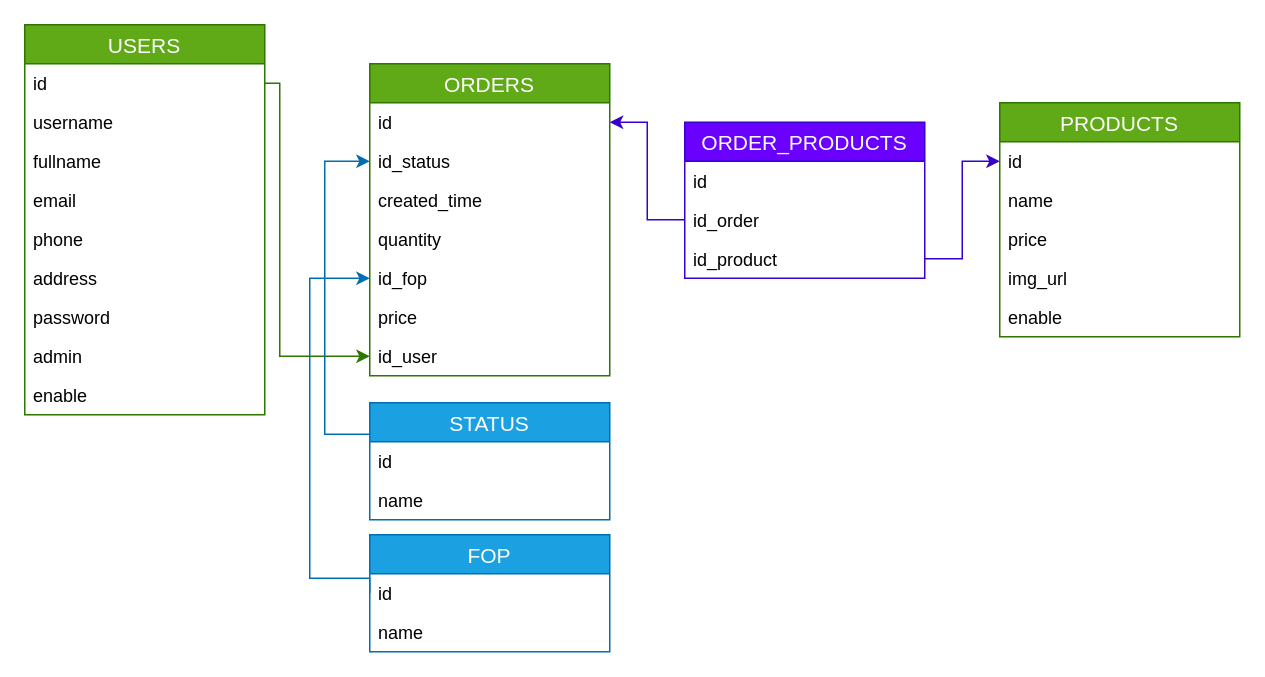
This is data_base/diagram.drawio from KaribelBT/delilah_resto, a draw.io file, before an edit. Source tidied: cells renumbered, new cells numbered last; positions are measured from the earlier drawing's top-left corner, leaving out a move shared by most shapes. Both pictures are drawn from the tidied source at 150%, with x=0, y=0 at pixel (24, 24).
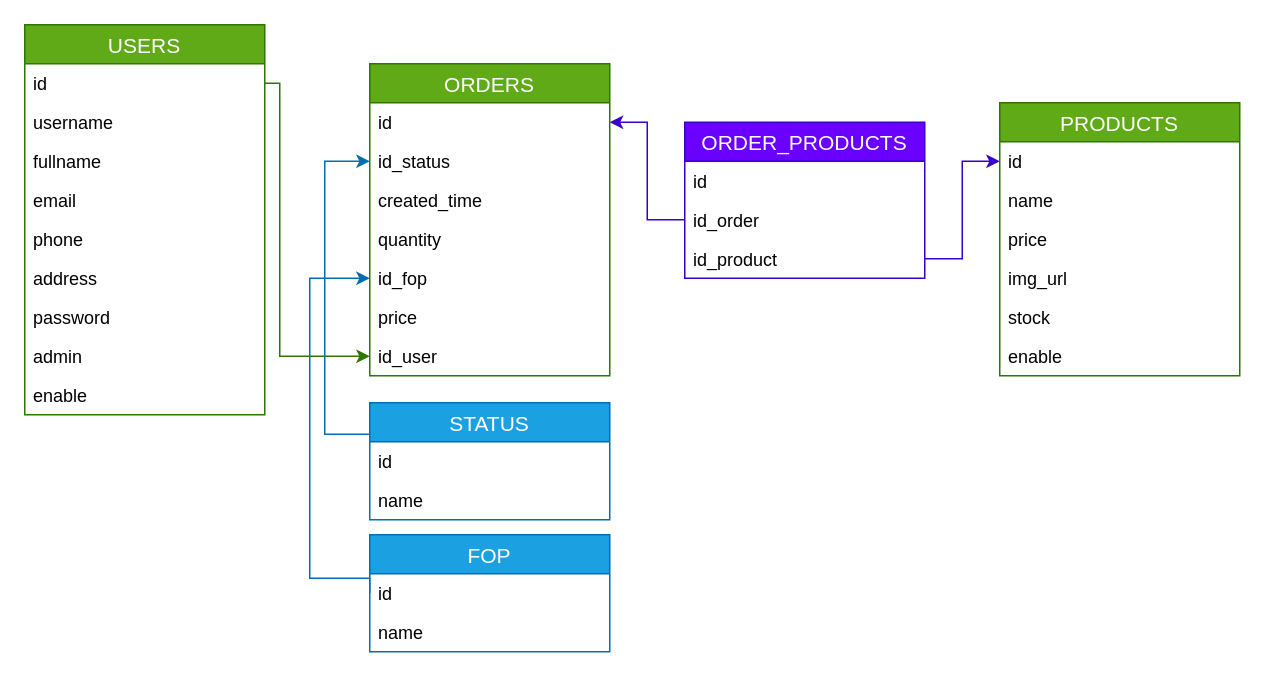
The same page after the edit.

Diff of the diagram source:
```diff
@@
     <mxCell id="15" value="PRODUCTS" style="swimlane;fontStyle=0;horizontal=1;startSize=26;align=center;fontSize=14;fillColor=#60a917;strokeColor=#2D7600;fontColor=#ffffff;" parent="1" vertex="1">
-      <mxGeometry x="650" y="52" width="160" height="156" as="geometry" />
+      <mxGeometry x="650" y="52" width="160" height="182" as="geometry" />
     </mxCell>
@@
+    <mxCell id="41" value="stock" style="text;strokeColor=none;fillColor=none;spacingLeft=4;spacingRight=4;overflow=hidden;fontSize=12;" parent="15" vertex="1">
+      <mxGeometry y="130" width="160" height="26" as="geometry" />
+    </mxCell>
     <mxCell id="20" value="enable" style="text;strokeColor=none;fillColor=none;spacingLeft=4;spacingRight=4;overflow=hidden;fontSize=12;" parent="15" vertex="1">
-      <mxGeometry y="130" width="160" height="26" as="geometry" />
+      <mxGeometry y="156" width="160" height="26" as="geometry" />
     </mxCell>
```
